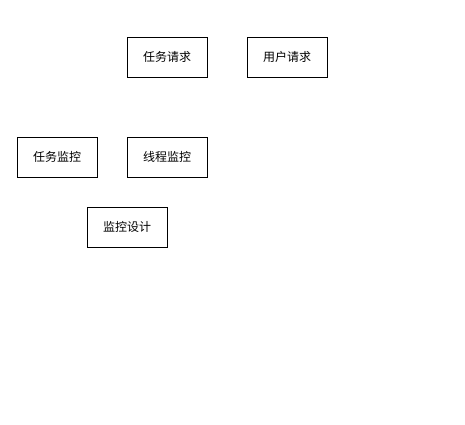
Earlier version of the draw.io diagram model.drawio (foreignbill/drawio). Source tidied: cells renumbered, new cells numbered last; positions are measured from the earlier drawing's top-left corner, leaving out a move shared by most shapes. Both pictures are drawn from the tidied source at 100%, with x=0, y=0 at pixel (17, 37).
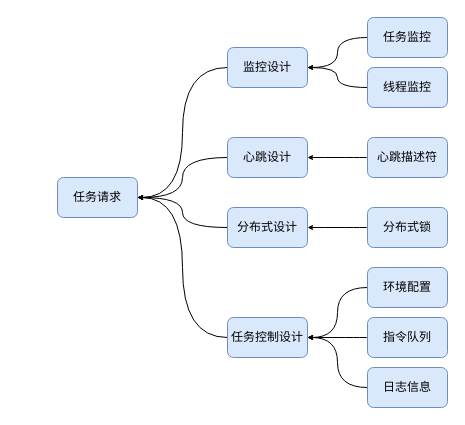
Above is the later version.

Change to the diagram source:
```diff
@@
-    <mxCell id="2" value="任务请求" style="rounded=0;whiteSpace=wrap;html=1;" parent="1" vertex="1">
-      <mxGeometry x="110" width="80" height="40" as="geometry" />
+    <mxCell id="2" value="任务请求" style="rounded=1;whiteSpace=wrap;html=1;fontFamily=Times New Roman;fillColor=#dae8fc;strokeColor=#6c8ebf;" parent="1" vertex="1">
+      <mxGeometry x="40" y="140" width="80" height="40" as="geometry" />
     </mxCell>
-    <mxCell id="3" value="用户请求" style="rounded=0;whiteSpace=wrap;html=1;" parent="1" vertex="1">
-      <mxGeometry x="230" width="80" height="40" as="geometry" />
-    </mxCell>
+    <mxCell id="7" style="edgeStyle=orthogonalEdgeStyle;rounded=0;jettySize=auto;html=1;exitX=0;exitY=0.5;exitDx=0;exitDy=0;entryX=1;entryY=0.5;entryDx=0;entryDy=0;fontFamily=Times New Roman;endSize=3;startSize=3;curved=1;strokeWidth=1;" parent="1" edge="1" source="4" target="2">
+      <mxGeometry relative="1" as="geometry" />
+    </mxCell>
-    <mxCell id="4" value="监控设计" style="rounded=0;whiteSpace=wrap;html=1;" parent="1" vertex="1">
-      <mxGeometry x="70" y="170" width="80" height="40" as="geometry" />
+    <mxCell id="4" value="监控设计" style="rounded=1;whiteSpace=wrap;html=1;fontFamily=Times New Roman;fillColor=#dae8fc;strokeColor=#6c8ebf;" parent="1" vertex="1">
+      <mxGeometry x="210" y="10" width="80" height="40" as="geometry" />
     </mxCell>
+    <mxCell id="8" style="edgeStyle=orthogonalEdgeStyle;curved=1;rounded=0;jettySize=auto;html=1;exitX=0;exitY=0.5;exitDx=0;exitDy=0;entryX=1;entryY=0.5;entryDx=0;entryDy=0;strokeWidth=1;fontFamily=Times New Roman;startSize=3;endSize=3;" parent="1" edge="1" source="5" target="4">
+      <mxGeometry relative="1" as="geometry" />
+    </mxCell>
-    <mxCell id="5" value="任务监控" style="rounded=0;whiteSpace=wrap;html=1;" parent="1" vertex="1">
-      <mxGeometry y="100" width="80" height="40" as="geometry" />
+    <mxCell id="5" value="任务监控" style="rounded=1;whiteSpace=wrap;html=1;fontFamily=Times New Roman;fillColor=#dae8fc;strokeColor=#6c8ebf;" parent="1" vertex="1">
+      <mxGeometry x="350" y="-20" width="80" height="40" as="geometry" />
     </mxCell>
+    <mxCell id="9" style="edgeStyle=orthogonalEdgeStyle;curved=1;rounded=0;jettySize=auto;html=1;exitX=0;exitY=0.5;exitDx=0;exitDy=0;strokeWidth=1;fontFamily=Times New Roman;startSize=3;endSize=3;" parent="1" edge="1" source="6" target="4">
+      <mxGeometry relative="1" as="geometry" />
+    </mxCell>
-    <mxCell id="6" value="线程监控" style="rounded=0;whiteSpace=wrap;html=1;" parent="1" vertex="1">
-      <mxGeometry x="110" y="100" width="80" height="40" as="geometry" />
+    <mxCell id="6" value="线程监控" style="rounded=1;whiteSpace=wrap;html=1;fontFamily=Times New Roman;fillColor=#dae8fc;strokeColor=#6c8ebf;" parent="1" vertex="1">
+      <mxGeometry x="350" y="30" width="80" height="40" as="geometry" />
     </mxCell>
+    <mxCell id="10" style="edgeStyle=orthogonalEdgeStyle;curved=1;rounded=0;jettySize=auto;html=1;exitX=0;exitY=0.5;exitDx=0;exitDy=0;entryX=1;entryY=0.5;entryDx=0;entryDy=0;strokeWidth=1;fontFamily=Times New Roman;startSize=3;endSize=3;" parent="1" edge="1" source="11" target="2">
+      <mxGeometry relative="1" as="geometry" />
+    </mxCell>
+    <mxCell id="11" value="心跳设计" style="rounded=1;whiteSpace=wrap;html=1;fontFamily=Times New Roman;fillColor=#dae8fc;strokeColor=#6c8ebf;" parent="1" vertex="1">
+      <mxGeometry x="210" y="100" width="80" height="40" as="geometry" />
+    </mxCell>
+    <mxCell id="12" style="edgeStyle=orthogonalEdgeStyle;curved=1;rounded=0;jettySize=auto;html=1;exitX=0;exitY=0.5;exitDx=0;exitDy=0;entryX=1;entryY=0.5;entryDx=0;entryDy=0;strokeWidth=1;fontFamily=Times New Roman;startSize=3;endSize=3;" parent="1" edge="1" source="13" target="2">
+      <mxGeometry relative="1" as="geometry" />
+    </mxCell>
+    <mxCell id="13" value="分布式设计" style="rounded=1;whiteSpace=wrap;html=1;fontFamily=Times New Roman;fillColor=#dae8fc;strokeColor=#6c8ebf;" parent="1" vertex="1">
+      <mxGeometry x="210" y="170" width="80" height="40" as="geometry" />
+    </mxCell>
+    <mxCell id="14" style="edgeStyle=orthogonalEdgeStyle;curved=1;rounded=0;jettySize=auto;html=1;exitX=0;exitY=0.5;exitDx=0;exitDy=0;entryX=1;entryY=0.5;entryDx=0;entryDy=0;strokeWidth=1;fontFamily=Times New Roman;startSize=3;endSize=3;" parent="1" edge="1" source="15" target="2">
+      <mxGeometry relative="1" as="geometry" />
+    </mxCell>
+    <mxCell id="15" value="任务控制设计" style="rounded=1;whiteSpace=wrap;html=1;fontFamily=Times New Roman;fillColor=#dae8fc;strokeColor=#6c8ebf;" parent="1" vertex="1">
+      <mxGeometry x="210" y="280" width="80" height="40" as="geometry" />
+    </mxCell>
+    <mxCell id="16" style="edgeStyle=orthogonalEdgeStyle;curved=1;rounded=0;jettySize=auto;html=1;exitX=0;exitY=0.5;exitDx=0;exitDy=0;strokeWidth=1;fontFamily=Times New Roman;startSize=3;endSize=3;" parent="1" edge="1" source="17" target="11">
+      <mxGeometry relative="1" as="geometry" />
+    </mxCell>
+    <mxCell id="17" value="心跳描述符" style="rounded=1;whiteSpace=wrap;html=1;fontFamily=Times New Roman;fillColor=#dae8fc;strokeColor=#6c8ebf;" parent="1" vertex="1">
+      <mxGeometry x="350" y="100" width="80" height="40" as="geometry" />
+    </mxCell>
+    <mxCell id="18" style="edgeStyle=orthogonalEdgeStyle;curved=1;rounded=0;jettySize=auto;html=1;exitX=0;exitY=0.5;exitDx=0;exitDy=0;strokeWidth=1;fontFamily=Times New Roman;startSize=3;endSize=3;" parent="1" edge="1" source="19" target="13">
+      <mxGeometry relative="1" as="geometry" />
+    </mxCell>
+    <mxCell id="19" value="分布式锁" style="rounded=1;whiteSpace=wrap;html=1;fontFamily=Times New Roman;fillColor=#dae8fc;strokeColor=#6c8ebf;" parent="1" vertex="1">
+      <mxGeometry x="350" y="170" width="80" height="40" as="geometry" />
+    </mxCell>
+    <mxCell id="20" style="edgeStyle=orthogonalEdgeStyle;curved=1;rounded=0;jettySize=auto;html=1;exitX=0;exitY=0.5;exitDx=0;exitDy=0;entryX=1;entryY=0.5;entryDx=0;entryDy=0;strokeWidth=1;fontFamily=Times New Roman;startSize=3;endSize=3;" parent="1" edge="1" source="21" target="15">
+      <mxGeometry relative="1" as="geometry" />
+    </mxCell>
+    <mxCell id="21" value="环境配置" style="rounded=1;whiteSpace=wrap;html=1;fontFamily=Times New Roman;fillColor=#dae8fc;strokeColor=#6c8ebf;" parent="1" vertex="1">
+      <mxGeometry x="350" y="230" width="80" height="40" as="geometry" />
+    </mxCell>
+    <mxCell id="22" style="edgeStyle=orthogonalEdgeStyle;curved=1;rounded=0;jettySize=auto;html=1;exitX=0;exitY=0.5;exitDx=0;exitDy=0;entryX=1;entryY=0.5;entryDx=0;entryDy=0;strokeWidth=1;fontFamily=Times New Roman;startSize=3;endSize=3;" parent="1" edge="1" source="23" target="15">
+      <mxGeometry relative="1" as="geometry" />
+    </mxCell>
+    <mxCell id="23" value="指令队列" style="rounded=1;whiteSpace=wrap;html=1;fontFamily=Times New Roman;fillColor=#dae8fc;strokeColor=#6c8ebf;" parent="1" vertex="1">
+      <mxGeometry x="350" y="280" width="80" height="40" as="geometry" />
+    </mxCell>
+    <mxCell id="24" style="edgeStyle=orthogonalEdgeStyle;curved=1;rounded=0;jettySize=auto;html=1;exitX=0;exitY=0.5;exitDx=0;exitDy=0;entryX=1;entryY=0.5;entryDx=0;entryDy=0;strokeWidth=1;fontFamily=Times New Roman;startSize=3;endSize=3;" parent="1" edge="1" source="25" target="15">
+      <mxGeometry relative="1" as="geometry" />
+    </mxCell>
+    <mxCell id="25" value="日志信息" style="rounded=1;whiteSpace=wrap;html=1;fontFamily=Times New Roman;fillColor=#dae8fc;strokeColor=#6c8ebf;" parent="1" vertex="1">
+      <mxGeometry x="350" y="330" width="80" height="40" as="geometry" />
+    </mxCell>
```
